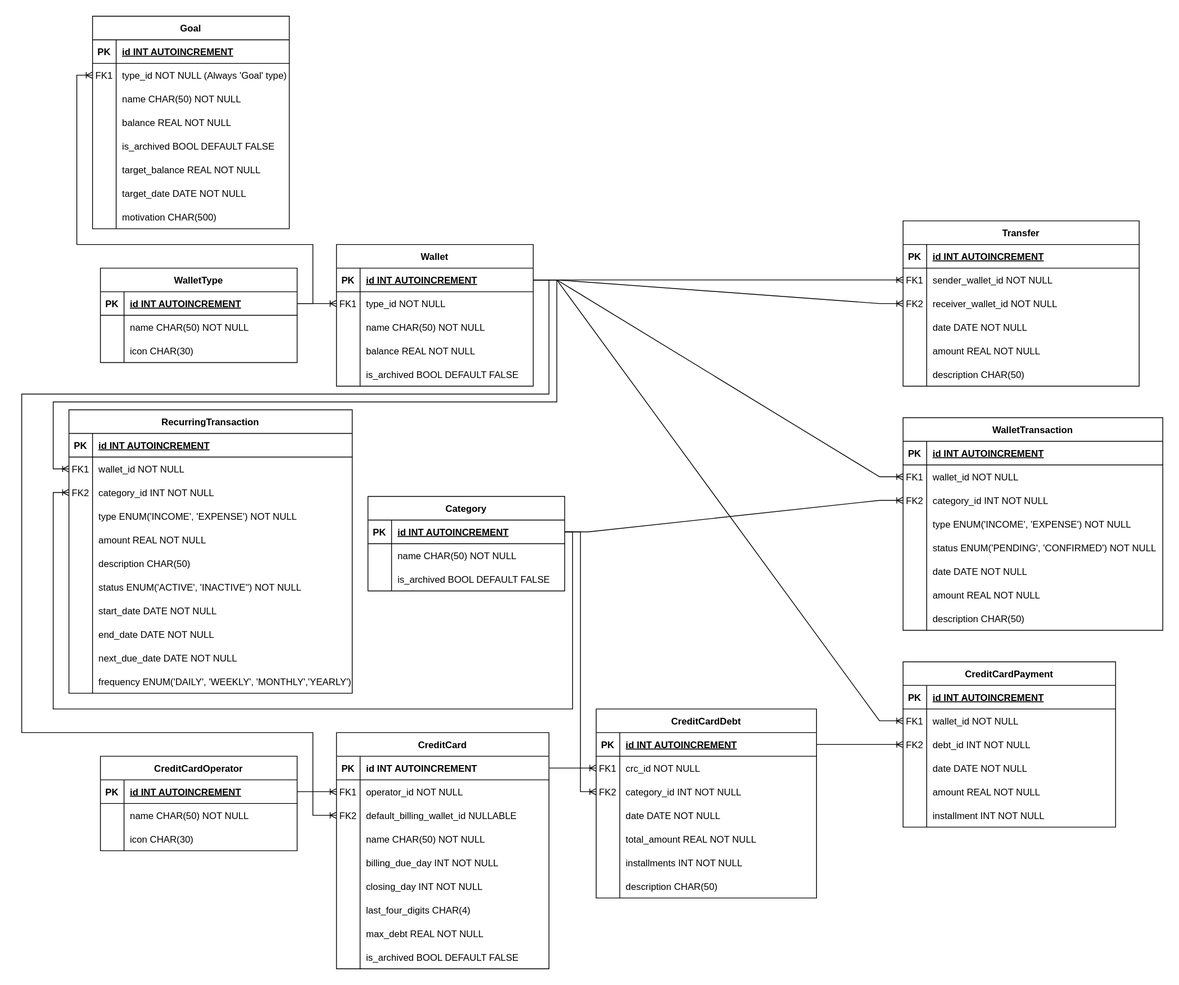
The draw.io diagram docs/diagram/db_model.svg in luk3rr/MY_MONEY, before a commit. Source tidied: cells renumbered, new cells last; positions are measured from the earlier drawing's top-left corner, leaving out a move shared by most shapes.
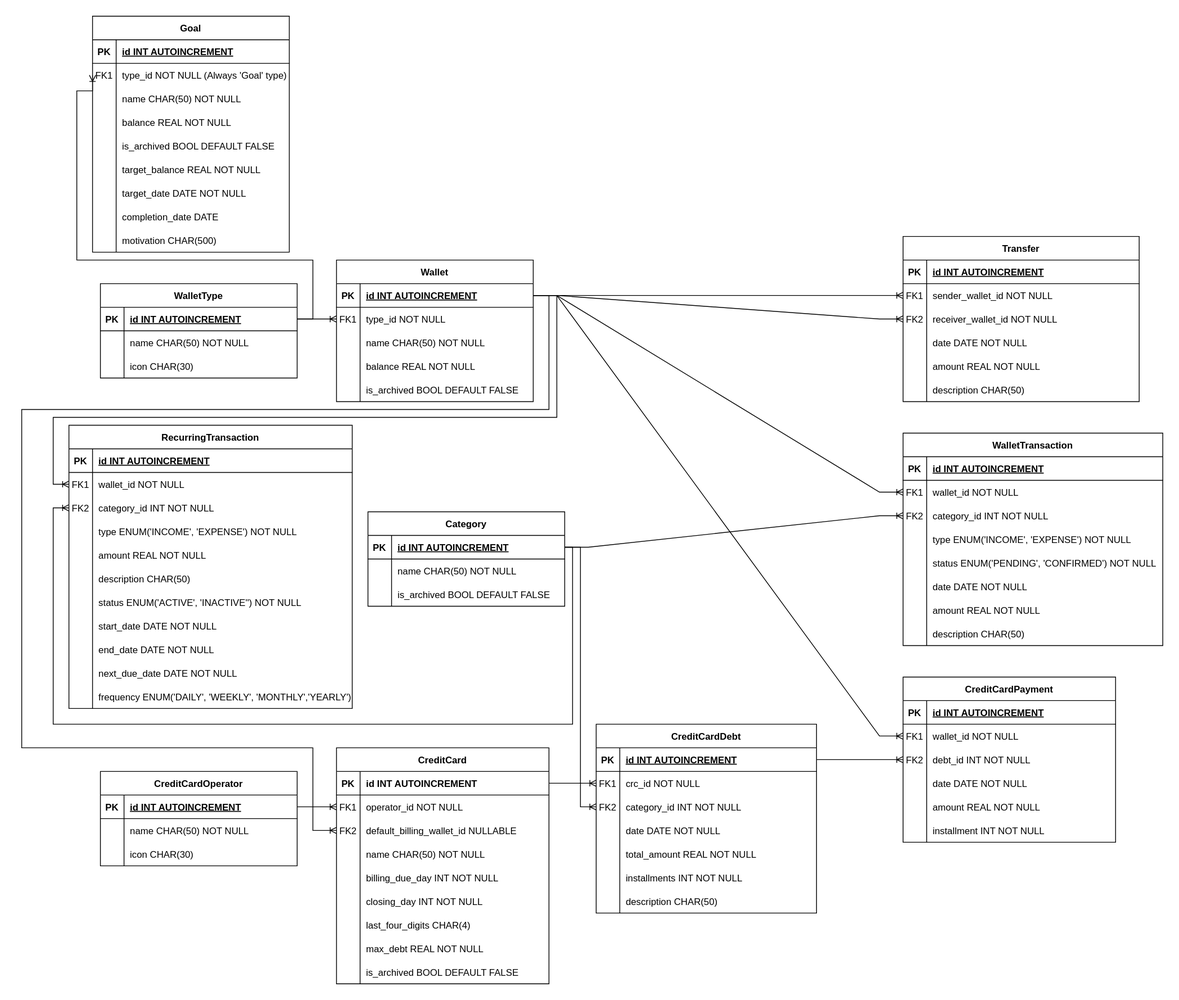
The same file after the commit.

What changed in the source:
```diff
@@ -673,7 +673,7 @@
       </mxGeometry>
     </mxCell>
     <mxCell id="211" value="Goal" style="shape=table;startSize=30;rowLines=0;fontStyle=1;align=center;" parent="1" vertex="1">
-      <mxGeometry x="90" width="250" height="270" as="geometry" />
+      <mxGeometry x="90" y="-20" width="250" height="300" as="geometry" />
     </mxCell>
     <mxCell id="212" style="shape=partialRectangle;fillColor=none;top=0;left=0;right=0;bottom=1;" parent="211" vertex="1">
       <mxGeometry y="30" width="250" height="30" as="geometry" />
@@ -738,8 +738,17 @@
     <mxCell id="232" value="target_date DATE NOT NULL" style="shape=partialRectangle;overflow=hidden;fillColor=none;top=0;left=0;bottom=0;right=0;align=left;spacingLeft=6;" parent="230" vertex="1">
       <mxGeometry x="30" width="220" height="30" as="geometry" />
     </mxCell>
+    <mxCell id="237" style="shape=partialRectangle;fillColor=none;top=0;left=0;right=0;bottom=0;" parent="211" vertex="1">
+      <mxGeometry y="240" width="250" height="30" as="geometry" />
+    </mxCell>
+    <mxCell id="238" style="shape=partialRectangle;overflow=hidden;fillColor=none;top=0;left=0;bottom=0;right=0;" parent="237" vertex="1">
+      <mxGeometry width="30" height="30" as="geometry" />
+    </mxCell>
+    <mxCell id="239" value="completion_date DATE" style="shape=partialRectangle;overflow=hidden;fillColor=none;top=0;left=0;bottom=0;right=0;align=left;spacingLeft=6;" parent="237" vertex="1">
+      <mxGeometry x="30" width="220" height="30" as="geometry" />
+    </mxCell>
     <mxCell id="233" style="shape=partialRectangle;fillColor=none;top=0;left=0;right=0;bottom=0;" parent="211" vertex="1">
-      <mxGeometry y="240" width="250" height="30" as="geometry" />
+      <mxGeometry y="270" width="250" height="30" as="geometry" />
     </mxCell>
     <mxCell id="234" style="shape=partialRectangle;overflow=hidden;fillColor=none;top=0;left=0;bottom=0;right=0;" parent="233" vertex="1">
       <mxGeometry width="30" height="30" as="geometry" />
```
